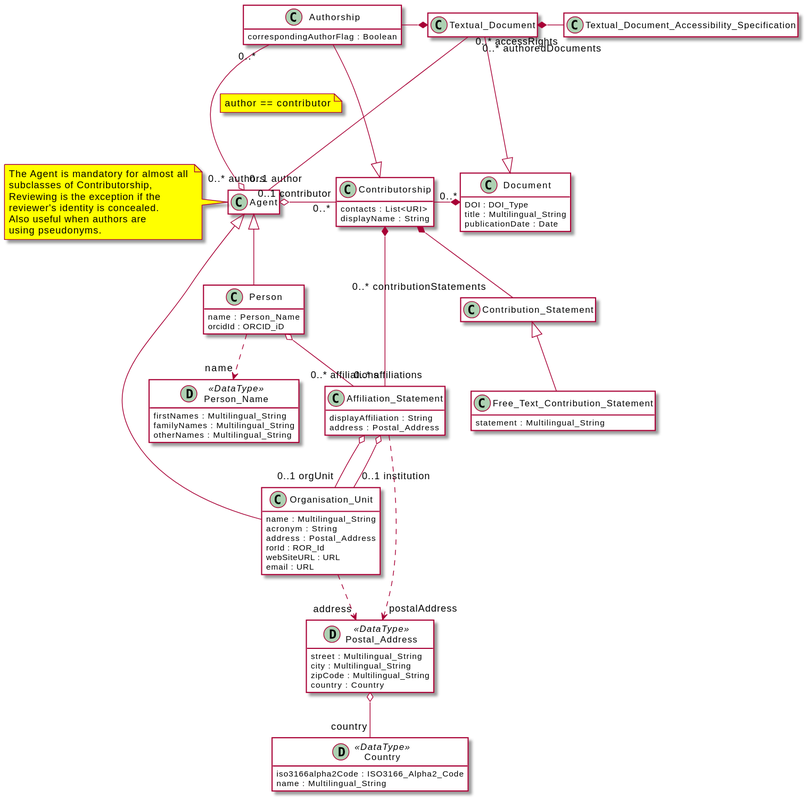
EuroCRIS/CERIF-Core keeps this PlantUML diagram as diagrams/core.svg. Above is the earlier version.
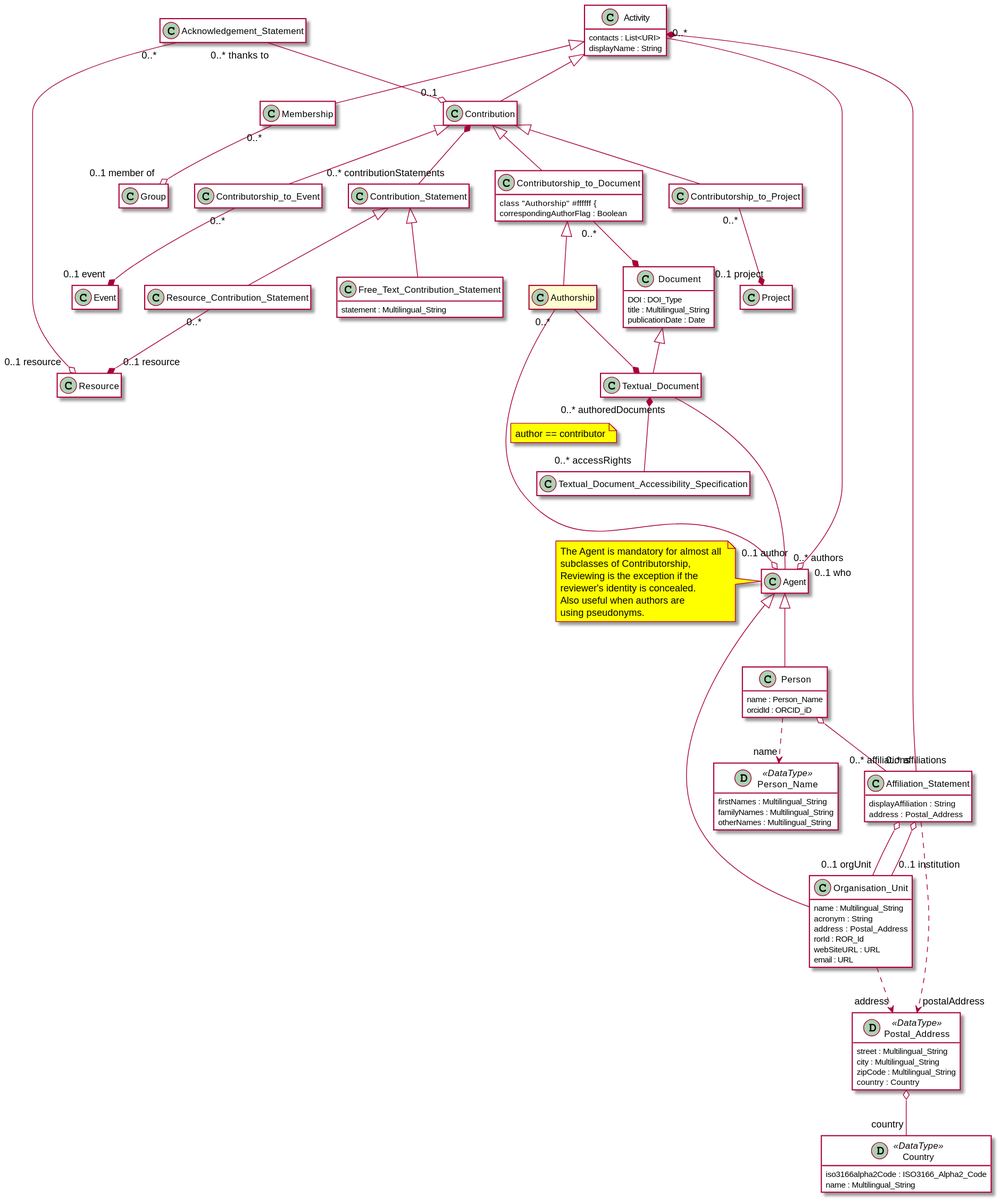
Later version of the same file.

Commit message:
Adding activity plantuml diagram

The edit, as a diff of the source:
```diff
@@ -49,14 +49,41 @@
     }
     !endsub
 
-    class "Authorship" #ffffff {
-        correspondingAuthorFlag : Boolean
+    !startsub Activity
+    class "Activity" #ffffff {
+        contacts : List<URI>
+        displayName : String
     }
+    !endsub
 
-    !startsub Contributorship
-        class "Contributorship" #ffffff {
-            contacts : List<URI>
-            displayName : String
+    !startsub Membership
+        class "Membership" #ffffff {
+        }
+        class "Group" #ffffff {
+        }
+    !endsub
+
+    !startsub ContributorshipToProject
+        class "Contributorship_to_Project" #ffffff {
+        }
+
+        class "Project" #ffffff {
+        }
+    !endsub
+
+    !startsub ContributorshipToEvent
+        class "Contributorship_to_Event" #ffffff {
+        }
+
+        class "Event" #ffffff {
+        }
+    !endsub
+
+    !startsub Contribution
+        class "Contribution" #ffffff {
+        }
+
+        class "Acknowledgement_Statement" #ffffff {
         }
 
         class "Contribution_Statement" #ffffff {
@@ -64,6 +91,23 @@
 
         class "Free_Text_Contribution_Statement" #ffffff {
             statement : Multilingual_String
+        }
+
+        class "Resource_Contribution_Statement" #ffffff {
+        }
+
+        class "Resource" #ffffff {
+        }
+    !endsub
+
+
+    !startsub ContributorshipToDocument
+        class "Contributorship_to_Document" #ffffff {
+        }
+    !endsub
+    !startsub Authorship
+        class "Authorship" #ffffff {
+            correspondingAuthorFlag : Boolean
         }
     !endsub
 
@@ -103,23 +147,65 @@
         "Person" o-- "0..* affiliations" "Affiliation_Statement"
     !endsub
     !startsub AffiliationStatement
-        "Contributorship" *-- "0..* affiliations" "Affiliation_Statement"
+        "Activity" *-- "0..* affiliations" "Affiliation_Statement"
     !endsub
-    !startsub Contributorship
-        "Contributorship" *-- "0..* contributionStatements" "Contribution_Statement"
+    !startsub Contribution
+        "Contribution" *-- "0..* contributionStatements" "Contribution_Statement"
     !endsub
-    !startsub Contributorship
+    !startsub Contribution
         "Contribution_Statement" <|-- "Free_Text_Contribution_Statement"
     !endsub
-    !startsub Contributorship
-        "Contributorship" "0..*" --r--* "Document"
+    !startsub Contribution
+        "Contribution_Statement" <|-- "Resource_Contribution_Statement"
     !endsub
-    !startsub Contributorship
-        "Contributorship" "0..*" --l--o "0..1 contributor" "Agent"
+    !startsub ContributorshipToDocument
+        "Contributorship_to_Document" "0..*" --* "Document"
     !endsub
-    "Authorship" -r-* "Textual_Document"
-    "Contributorship" <|-u- "Authorship"
-    "Authorship" "0..*" --o "0..1 author" "Agent"
+    !startsub Activity
+        "Activity" "0..*" --o "0..1 who" "Agent"
+    !endsub
+    !startsub Authorship
+        "Authorship" --* "Textual_Document"
+    !endsub
+    !startsub Authorship
+        "Contributorship_to_Document" <|-- "Authorship"
+    !endsub
+    !startsub ContributorshipToDocument
+        "Contribution" <|-- "Contributorship_to_Document"
+    !endsub
+    !startsub ContributorshipToProject
+        "Contribution" <|-- "Contributorship_to_Project"
+    !endsub
+    !startsub ContributorshipToProject
+        "Contributorship_to_Project" "0..*" --* "0..1 project" "Project"
+    !endsub
+    !startsub ContributorshipToEvent
+        "Contribution" <|-- "Contributorship_to_Event"
+    !endsub
+    !startsub ContributorshipToEvent
+        "Contributorship_to_Event" "0..*" --* "0..1 event" "Event"
+    !endsub
+    !startsub Contribution
+        "Activity" <|-- "Contribution"
+    !endsub
+    !startsub Membership
+        "Activity" <|-- "Membership"
+    !endsub
+    !startsub Membership
+        "Membership" "0..*" --o "0..1 member of" "Group"
+    !endsub
+    !startsub Contribution
+        "Acknowledgement_Statement" "0..* thanks to" --o "0..1" "Contribution"
+    !endsub
+    !startsub Contribution
+        "Acknowledgement_Statement" "0..*" --o "0..1 resource" "Resource"
+    !endsub
+    !startsub Contribution
+        "Resource_Contribution_Statement" "0..*" --* "0..1 resource" "Resource"
+    !endsub
+    !startsub Authorship
+        "Authorship" "0..*" --o "0..1 author" "Agent"
+    !endsub
     note on link #yellow: author == contributor
     !startsub Person
         "Person" ..> "name" "Person_Name"
@@ -134,9 +220,11 @@
         "Organisation_Unit" ..> "address" "Postal_Address"
     !endsub
     !startsub Document
-        "Document" <|-u- "Textual_Document"
+        "Document" <|-- "Textual_Document"
     !endsub
-    "Textual_Document" *-r- "0..* accessRights" "Textual_Document_Accessibility_Specification"
-    "Textual_Document" "0..* authoredDocuments" --- "0..* authors" "Agent"
+    "Textual_Document" *-- "0..* accessRights" "Textual_Document_Accessibility_Specification"
+    !startsub Authorship
+        "Textual_Document" "0..* authoredDocuments" --- "0..* authors" "Agent"
+    !endsub
     note left of Agent #yellow: The Agent is mandatory for almost all \nsubclasses of Contributorship,\nReviewing is the exception if the \nreviewer's identity is concealed. \nAlso useful when authors are \nusing pseudonyms.
 @enduml
```
